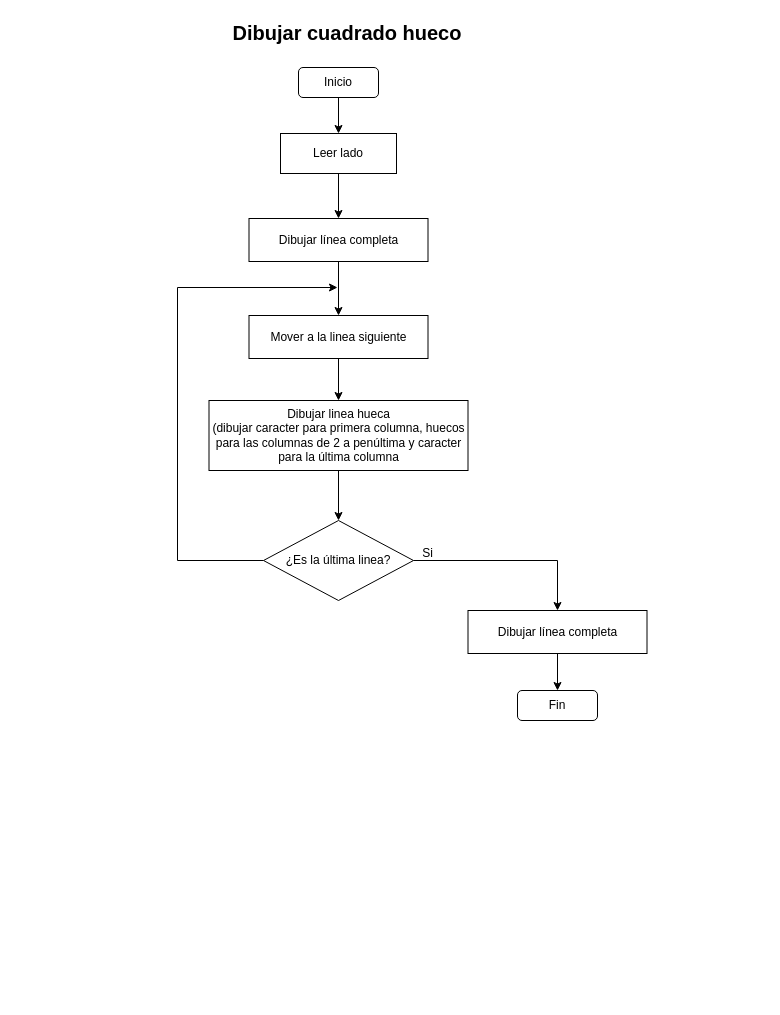
Earlier version of the draw.io diagram 01.-Introducción a la programacion/dibujar_cuadrado_hueco.drawio (jesgargardon/Ejercicios_Java). Source tidied: cells renumbered, new cells numbered last; positions are measured from the earlier drawing's top-left corner, leaving out a move shared by most shapes. Both pictures are drawn from the tidied source at 100%, with x=0, y=0 at pixel (17, 17).
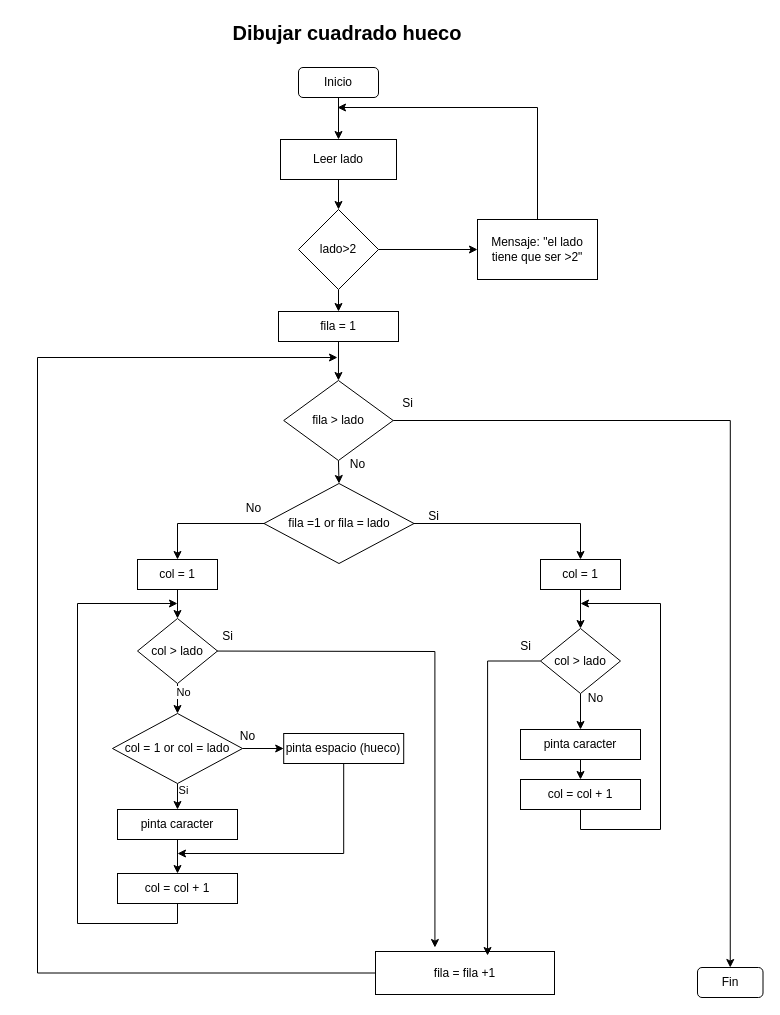
The same page after the edit.

Diff of the diagram source:
```diff
@@
-    <mxCell id="5" style="edgeStyle=orthogonalEdgeStyle;rounded=0;jettySize=auto;html=1;exitX=0.5;exitY=1;exitDx=0;exitDy=0;entryX=0.5;entryY=0;entryDx=0;entryDy=0;" parent="1" edge="1" source="6" target="8">
+    <mxCell id="5" style="edgeStyle=orthogonalEdgeStyle;rounded=0;jettySize=auto;html=1;exitX=0.5;exitY=1;exitDx=0;exitDy=0;entryX=0.5;entryY=0;entryDx=0;entryDy=0;" parent="1" edge="1" source="6" target="23">
       <mxGeometry relative="1" as="geometry" />
     </mxCell>
     <mxCell id="6" value="Leer lado" style="rounded=0;whiteSpace=wrap;html=1;" parent="1" vertex="1">
-      <mxGeometry x="263" y="116" width="116" height="40" as="geometry" />
+      <mxGeometry x="263" y="122" width="116" height="40" as="geometry" />
     </mxCell>
-    <mxCell id="7" style="edgeStyle=orthogonalEdgeStyle;rounded=0;jettySize=auto;html=1;exitX=0.5;exitY=1;exitDx=0;exitDy=0;entryX=0.5;entryY=0;entryDx=0;entryDy=0;" parent="1" edge="1" source="8" target="10">
-      <mxGeometry relative="1" as="geometry" />
-    </mxCell>
+    <mxCell id="20" style="edgeStyle=orthogonalEdgeStyle;rounded=0;jettySize=auto;html=1;exitX=0;exitY=0.5;exitDx=0;exitDy=0;" parent="1" edge="1" source="8">
+      <mxGeometry relative="1" as="geometry">
+        <mxPoint x="320" y="340" as="targetPoint" />
+        <Array as="points">
+          <mxPoint x="20" y="956" />
+          <mxPoint x="20" y="340" />
+        </Array>
+      </mxGeometry>
+    </mxCell>
-    <mxCell id="8" value="Dibujar línea completa" style="rounded=0;whiteSpace=wrap;html=1;" parent="1" vertex="1">
-      <mxGeometry x="231.5" y="201" width="179" height="43" as="geometry" />
+    <mxCell id="8" value="fila = fila +1" style="rounded=0;whiteSpace=wrap;html=1;" parent="1" vertex="1">
+      <mxGeometry x="358" y="934" width="179" height="43" as="geometry" />
     </mxCell>
-    <mxCell id="9" style="edgeStyle=orthogonalEdgeStyle;rounded=0;jettySize=auto;html=1;exitX=0.5;exitY=1;exitDx=0;exitDy=0;entryX=0.5;entryY=0;entryDx=0;entryDy=0;" parent="1" edge="1" source="10" target="18">
-      <mxGeometry relative="1" as="geometry" />
-    </mxCell>
-    <mxCell id="10" value="Mover a la linea siguiente" style="rounded=0;whiteSpace=wrap;html=1;" parent="1" vertex="1">
-      <mxGeometry x="231.5" y="298" width="179" height="43" as="geometry" />
-    </mxCell>
-    <mxCell id="11" style="edgeStyle=orthogonalEdgeStyle;rounded=0;jettySize=auto;html=1;exitX=1;exitY=0.5;exitDx=0;exitDy=0;entryX=0.5;entryY=0;entryDx=0;entryDy=0;" parent="1" edge="1" source="13" target="15">
-      <mxGeometry relative="1" as="geometry" />
-    </mxCell>
-    <mxCell id="12" style="edgeStyle=orthogonalEdgeStyle;rounded=0;jettySize=auto;html=1;exitX=0;exitY=0.5;exitDx=0;exitDy=0;" parent="1" edge="1" source="13">
-      <mxGeometry relative="1" as="geometry">
-        <mxPoint x="320" y="270" as="targetPoint" />
-        <Array as="points">
-          <mxPoint x="160" y="543" />
-          <mxPoint x="160" y="270" />
-          <mxPoint x="320" y="270" />
-        </Array>
-      </mxGeometry>
-    </mxCell>
-    <mxCell id="13" value="¿Es la última linea?" style="rhombus;whiteSpace=wrap;html=1;" parent="1" vertex="1">
-      <mxGeometry x="246" y="503" width="150" height="80" as="geometry" />
-    </mxCell>
-    <mxCell id="14" style="edgeStyle=orthogonalEdgeStyle;rounded=0;jettySize=auto;html=1;exitX=0.5;exitY=1;exitDx=0;exitDy=0;entryX=0.5;entryY=0;entryDx=0;entryDy=0;" parent="1" edge="1" source="15" target="16">
-      <mxGeometry relative="1" as="geometry" />
-    </mxCell>
-    <mxCell id="15" value="Dibujar línea completa" style="rounded=0;whiteSpace=wrap;html=1;" parent="1" vertex="1">
-      <mxGeometry x="450.5" y="593" width="179" height="43" as="geometry" />
-    </mxCell>
+    <mxCell id="21" style="edgeStyle=orthogonalEdgeStyle;rounded=0;jettySize=auto;html=1;exitX=1;exitY=0.5;exitDx=0;exitDy=0;entryX=0;entryY=0.5;entryDx=0;entryDy=0;" parent="1" edge="1" source="23" target="25">
+      <mxGeometry relative="1" as="geometry" />
+    </mxCell>
+    <mxCell id="22" style="edgeStyle=orthogonalEdgeStyle;rounded=0;jettySize=auto;html=1;exitX=0.5;exitY=1;exitDx=0;exitDy=0;entryX=0.5;entryY=0;entryDx=0;entryDy=0;" parent="1" edge="1" source="23" target="27">
+      <mxGeometry relative="1" as="geometry" />
+    </mxCell>
+    <mxCell id="23" value="lado&amp;gt;2" style="rhombus;whiteSpace=wrap;html=1;" parent="1" vertex="1">
+      <mxGeometry x="281" y="192" width="80" height="80" as="geometry" />
+    </mxCell>
+    <mxCell id="24" style="edgeStyle=orthogonalEdgeStyle;rounded=0;jettySize=auto;html=1;exitX=0.5;exitY=0;exitDx=0;exitDy=0;" parent="1" edge="1" source="25">
+      <mxGeometry relative="1" as="geometry">
+        <mxPoint x="320" y="90" as="targetPoint" />
+        <Array as="points">
+          <mxPoint x="520" y="90" />
+        </Array>
+      </mxGeometry>
+    </mxCell>
+    <mxCell id="25" value="Mensaje: &quot;el lado tiene que ser &amp;gt;2&quot;" style="rounded=0;whiteSpace=wrap;html=1;" parent="1" vertex="1">
+      <mxGeometry x="460" y="202" width="120" height="60" as="geometry" />
+    </mxCell>
+    <mxCell id="26" style="edgeStyle=orthogonalEdgeStyle;rounded=0;jettySize=auto;html=1;exitX=0.5;exitY=1;exitDx=0;exitDy=0;entryX=0.5;entryY=0;entryDx=0;entryDy=0;" parent="1" edge="1" source="27" target="35">
+      <mxGeometry relative="1" as="geometry" />
+    </mxCell>
+    <mxCell id="27" value="fila = 1" style="rounded=0;whiteSpace=wrap;html=1;" parent="1" vertex="1">
+      <mxGeometry x="261" y="294" width="120" height="30" as="geometry" />
+    </mxCell>
+    <mxCell id="28" style="edgeStyle=orthogonalEdgeStyle;rounded=0;jettySize=auto;html=1;exitX=1;exitY=0.5;exitDx=0;exitDy=0;entryX=0.5;entryY=0;entryDx=0;entryDy=0;" parent="1" edge="1" source="30" target="39">
+      <mxGeometry relative="1" as="geometry" />
+    </mxCell>
+    <mxCell id="29" style="edgeStyle=orthogonalEdgeStyle;rounded=0;jettySize=auto;html=1;exitX=0;exitY=0.5;exitDx=0;exitDy=0;entryX=0.5;entryY=0;entryDx=0;entryDy=0;" parent="1" edge="1" source="30" target="48">
+      <mxGeometry relative="1" as="geometry" />
+    </mxCell>
+    <mxCell id="30" value="fila =1 or fila = lado" style="rhombus;whiteSpace=wrap;html=1;" parent="1" vertex="1">
+      <mxGeometry x="246.5" y="466" width="150" height="80" as="geometry" />
+    </mxCell>
+    <mxCell id="31" value="Si" style="text;html=1;align=center;verticalAlign=middle;strokeColor=none;fillColor=none;" parent="1" vertex="1">
+      <mxGeometry x="400.5" y="484" width="30" height="30" as="geometry" />
+    </mxCell>
+    <mxCell id="32" value="No" style="text;html=1;align=center;verticalAlign=middle;strokeColor=none;fillColor=none;" parent="1" vertex="1">
+      <mxGeometry x="215.5" y="476" width="40" height="30" as="geometry" />
+    </mxCell>
+    <mxCell id="33" style="edgeStyle=orthogonalEdgeStyle;rounded=0;jettySize=auto;html=1;exitX=0.5;exitY=1;exitDx=0;exitDy=0;entryX=0.5;entryY=0;entryDx=0;entryDy=0;" parent="1" edge="1" source="35" target="30">
+      <mxGeometry relative="1" as="geometry" />
+    </mxCell>
+    <mxCell id="34" style="edgeStyle=orthogonalEdgeStyle;rounded=0;jettySize=auto;html=1;exitX=1;exitY=0.5;exitDx=0;exitDy=0;entryX=0.5;entryY=0;entryDx=0;entryDy=0;" parent="1" edge="1" source="35" target="16">
+      <mxGeometry relative="1" as="geometry" />
+    </mxCell>
+    <mxCell id="35" value="fila &amp;gt; lado" style="rhombus;whiteSpace=wrap;html=1;" parent="1" vertex="1">
+      <mxGeometry x="266.2" y="363" width="109.5" height="80" as="geometry" />
+    </mxCell>
     <mxCell id="16" value="Fin" style="rounded=1;whiteSpace=wrap;html=1;" parent="1" vertex="1">
-      <mxGeometry x="500" y="673" width="80" height="30" as="geometry" />
+      <mxGeometry x="680" y="950" width="65.5" height="30" as="geometry" />
     </mxCell>
-    <mxCell id="17" style="edgeStyle=orthogonalEdgeStyle;rounded=0;jettySize=auto;html=1;exitX=0.5;exitY=1;exitDx=0;exitDy=0;entryX=0.5;entryY=0;entryDx=0;entryDy=0;" parent="1" edge="1" source="18" target="13">
-      <mxGeometry relative="1" as="geometry" />
-    </mxCell>
-    <mxCell id="18" value="Dibujar linea hueca&lt;div&gt;(dibujar caracter para primera columna, huecos para las columnas de 2 a penúltima y caracter para la última columna&lt;/div&gt;" style="rounded=0;whiteSpace=wrap;html=1;" parent="1" vertex="1">
-      <mxGeometry x="191.5" y="383" width="259" height="70" as="geometry" />
-    </mxCell>
-    <mxCell id="19" value="Si" style="text;html=1;align=center;verticalAlign=middle;strokeColor=none;fillColor=none;" parent="1" vertex="1">
-      <mxGeometry x="395" y="521" width="30" height="30" as="geometry" />
-    </mxCell>
+    <mxCell id="36" value="Si" style="text;html=1;align=center;verticalAlign=middle;strokeColor=none;fillColor=none;" parent="1" vertex="1">
+      <mxGeometry x="375" y="371" width="30" height="30" as="geometry" />
+    </mxCell>
+    <mxCell id="37" value="No" style="text;html=1;align=center;verticalAlign=middle;strokeColor=none;fillColor=none;" parent="1" vertex="1">
+      <mxGeometry x="320" y="432" width="40" height="30" as="geometry" />
+    </mxCell>
+    <mxCell id="38" style="edgeStyle=orthogonalEdgeStyle;rounded=0;jettySize=auto;html=1;exitX=0.5;exitY=1;exitDx=0;exitDy=0;entryX=0.5;entryY=0;entryDx=0;entryDy=0;" parent="1" edge="1" source="39" target="41">
+      <mxGeometry relative="1" as="geometry" />
+    </mxCell>
+    <mxCell id="39" value="col = 1" style="rounded=0;whiteSpace=wrap;html=1;" parent="1" vertex="1">
+      <mxGeometry x="523" y="542" width="80" height="30" as="geometry" />
+    </mxCell>
+    <mxCell id="40" style="edgeStyle=orthogonalEdgeStyle;rounded=0;jettySize=auto;html=1;exitX=0.5;exitY=1;exitDx=0;exitDy=0;entryX=0.5;entryY=0;entryDx=0;entryDy=0;" parent="1" edge="1" source="41" target="43">
+      <mxGeometry relative="1" as="geometry" />
+    </mxCell>
+    <mxCell id="41" value="col &amp;gt; lado" style="rhombus;whiteSpace=wrap;html=1;" parent="1" vertex="1">
+      <mxGeometry x="523" y="611" width="80" height="65" as="geometry" />
+    </mxCell>
+    <mxCell id="42" style="edgeStyle=orthogonalEdgeStyle;rounded=0;jettySize=auto;html=1;exitX=0.5;exitY=1;exitDx=0;exitDy=0;entryX=0.5;entryY=0;entryDx=0;entryDy=0;" parent="1" edge="1" source="43" target="45">
+      <mxGeometry relative="1" as="geometry" />
+    </mxCell>
+    <mxCell id="43" value="pinta caracter" style="rounded=0;whiteSpace=wrap;html=1;" parent="1" vertex="1">
+      <mxGeometry x="503" y="712" width="120" height="30" as="geometry" />
+    </mxCell>
+    <mxCell id="44" style="edgeStyle=orthogonalEdgeStyle;rounded=0;jettySize=auto;html=1;exitX=0.5;exitY=1;exitDx=0;exitDy=0;" parent="1" edge="1" source="45">
+      <mxGeometry relative="1" as="geometry">
+        <mxPoint x="563" y="586" as="targetPoint" />
+        <Array as="points">
+          <mxPoint x="563" y="812" />
+          <mxPoint x="643" y="812" />
+          <mxPoint x="643" y="586" />
+        </Array>
+      </mxGeometry>
+    </mxCell>
+    <mxCell id="45" value="col = col + 1" style="rounded=0;whiteSpace=wrap;html=1;" parent="1" vertex="1">
+      <mxGeometry x="503" y="762" width="120" height="30" as="geometry" />
+    </mxCell>
+    <mxCell id="46" value="No" style="text;html=1;align=center;verticalAlign=middle;strokeColor=none;fillColor=none;" parent="1" vertex="1">
+      <mxGeometry x="558" y="666" width="40" height="30" as="geometry" />
+    </mxCell>
+    <mxCell id="47" style="edgeStyle=orthogonalEdgeStyle;rounded=0;jettySize=auto;html=1;exitX=0.5;exitY=1;exitDx=0;exitDy=0;entryX=0.5;entryY=0;entryDx=0;entryDy=0;" parent="1" edge="1" source="48" target="52">
+      <mxGeometry relative="1" as="geometry" />
+    </mxCell>
+    <mxCell id="48" value="col = 1" style="rounded=0;whiteSpace=wrap;html=1;" parent="1" vertex="1">
+      <mxGeometry x="120" y="542" width="80" height="30" as="geometry" />
+    </mxCell>
+    <mxCell id="49" style="edgeStyle=orthogonalEdgeStyle;rounded=0;jettySize=auto;html=1;exitX=0.5;exitY=1;exitDx=0;exitDy=0;entryX=0.5;entryY=0;entryDx=0;entryDy=0;" parent="1" edge="1" source="52" target="57">
+      <mxGeometry relative="1" as="geometry" />
+    </mxCell>
+    <mxCell id="50" value="No" style="edgeLabel;html=1;align=center;verticalAlign=middle;" parent="49" vertex="1">
+      <mxGeometry x="-0.47" y="5" relative="1" as="geometry" />
+    </mxCell>
+    <mxCell id="51" style="edgeStyle=orthogonalEdgeStyle;rounded=0;jettySize=auto;html=1;exitX=1;exitY=0.5;exitDx=0;exitDy=0;entryX=0.332;entryY=-0.093;entryDx=0;entryDy=0;entryPerimeter=0;" parent="1" edge="1" target="8">
+      <mxGeometry relative="1" as="geometry">
+        <mxPoint x="170" y="633.5" as="sourcePoint" />
+      </mxGeometry>
+    </mxCell>
+    <mxCell id="52" value="col &amp;gt; lado" style="rhombus;whiteSpace=wrap;html=1;" parent="1" vertex="1">
+      <mxGeometry x="120" y="601" width="80" height="65" as="geometry" />
+    </mxCell>
+    <mxCell id="53" value="Si" style="text;html=1;align=center;verticalAlign=middle;strokeColor=none;fillColor=none;" parent="1" vertex="1">
+      <mxGeometry x="493" y="614" width="30" height="30" as="geometry" />
+    </mxCell>
+    <mxCell id="54" style="edgeStyle=orthogonalEdgeStyle;rounded=0;jettySize=auto;html=1;exitX=0.5;exitY=1;exitDx=0;exitDy=0;entryX=0.5;entryY=0;entryDx=0;entryDy=0;" parent="1" edge="1" source="57" target="59">
+      <mxGeometry relative="1" as="geometry" />
+    </mxCell>
+    <mxCell id="55" value="Si" style="edgeLabel;html=1;align=center;verticalAlign=middle;" parent="54" vertex="1">
+      <mxGeometry x="-0.54" y="5" relative="1" as="geometry" />
+    </mxCell>
+    <mxCell id="56" style="edgeStyle=orthogonalEdgeStyle;rounded=0;jettySize=auto;html=1;exitX=1;exitY=0.5;exitDx=0;exitDy=0;entryX=0;entryY=0.5;entryDx=0;entryDy=0;" parent="1" edge="1" source="57" target="61">
+      <mxGeometry relative="1" as="geometry" />
+    </mxCell>
+    <mxCell id="57" value="col = 1 or col = lado" style="rhombus;whiteSpace=wrap;html=1;" parent="1" vertex="1">
+      <mxGeometry x="95" y="696" width="130" height="70" as="geometry" />
+    </mxCell>
+    <mxCell id="58" style="edgeStyle=orthogonalEdgeStyle;rounded=0;jettySize=auto;html=1;exitX=0.5;exitY=1;exitDx=0;exitDy=0;entryX=0.5;entryY=0;entryDx=0;entryDy=0;" parent="1" edge="1" source="59" target="64">
+      <mxGeometry relative="1" as="geometry" />
+    </mxCell>
+    <mxCell id="59" value="pinta caracter" style="rounded=0;whiteSpace=wrap;html=1;" parent="1" vertex="1">
+      <mxGeometry x="100" y="792" width="120" height="30" as="geometry" />
+    </mxCell>
+    <mxCell id="60" style="edgeStyle=orthogonalEdgeStyle;rounded=0;jettySize=auto;html=1;exitX=0.5;exitY=1;exitDx=0;exitDy=0;" parent="1" edge="1" source="61">
+      <mxGeometry relative="1" as="geometry">
+        <mxPoint x="160" y="836" as="targetPoint" />
+        <Array as="points">
+          <mxPoint x="326" y="836" />
+        </Array>
+      </mxGeometry>
+    </mxCell>
+    <mxCell id="61" value="pinta espacio (hueco)" style="rounded=0;whiteSpace=wrap;html=1;" parent="1" vertex="1">
+      <mxGeometry x="266.2" y="716" width="120" height="30" as="geometry" />
+    </mxCell>
+    <mxCell id="62" value="No" style="text;html=1;align=center;verticalAlign=middle;strokeColor=none;fillColor=none;" parent="1" vertex="1">
+      <mxGeometry x="210" y="704" width="40" height="30" as="geometry" />
+    </mxCell>
+    <mxCell id="63" style="edgeStyle=orthogonalEdgeStyle;rounded=0;jettySize=auto;html=1;exitX=0.5;exitY=1;exitDx=0;exitDy=0;" parent="1" edge="1" source="64">
+      <mxGeometry relative="1" as="geometry">
+        <mxPoint x="160" y="586" as="targetPoint" />
+        <Array as="points">
+          <mxPoint x="160" y="906" />
+          <mxPoint x="60" y="906" />
+          <mxPoint x="60" y="586" />
+        </Array>
+      </mxGeometry>
+    </mxCell>
+    <mxCell id="64" value="col = col + 1" style="rounded=0;whiteSpace=wrap;html=1;" parent="1" vertex="1">
+      <mxGeometry x="100" y="856" width="120" height="30" as="geometry" />
+    </mxCell>
+    <mxCell id="65" value="Si" style="text;html=1;align=center;verticalAlign=middle;strokeColor=none;fillColor=none;" parent="1" vertex="1">
+      <mxGeometry x="195" y="604" width="30" height="30" as="geometry" />
+    </mxCell>
+    <mxCell id="66" style="edgeStyle=orthogonalEdgeStyle;rounded=0;jettySize=auto;html=1;exitX=0;exitY=0.5;exitDx=0;exitDy=0;entryX=0.626;entryY=0.093;entryDx=0;entryDy=0;entryPerimeter=0;" parent="1" edge="1" source="41" target="8">
+      <mxGeometry relative="1" as="geometry" />
+    </mxCell>
```
